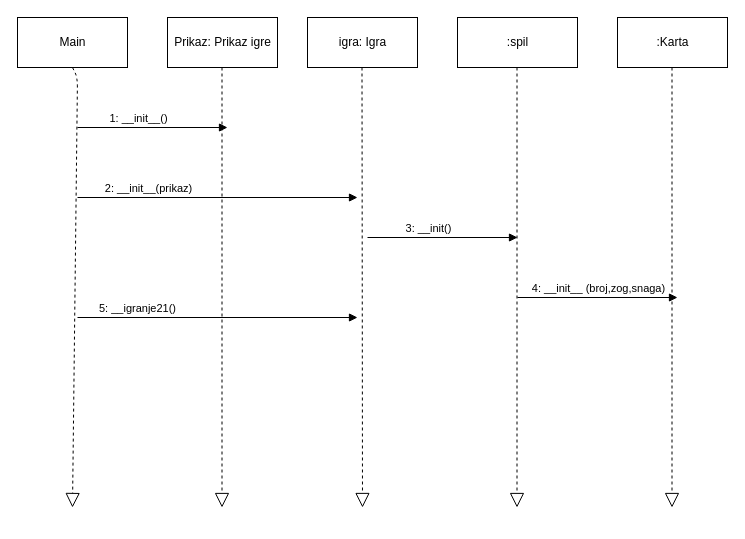
This is page "Dijagram slijeda main" (9 of 13) of Untitled Diagram.drawio from avrkic/21, a draw.io file, before an edit. Source tidied: cells renumbered, new cells numbered last; positions are measured from the earlier drawing's top-left corner, leaving out a move shared by most shapes. Both pictures are drawn from the tidied source at 100%, with x=0, y=0 at pixel (17, 17).
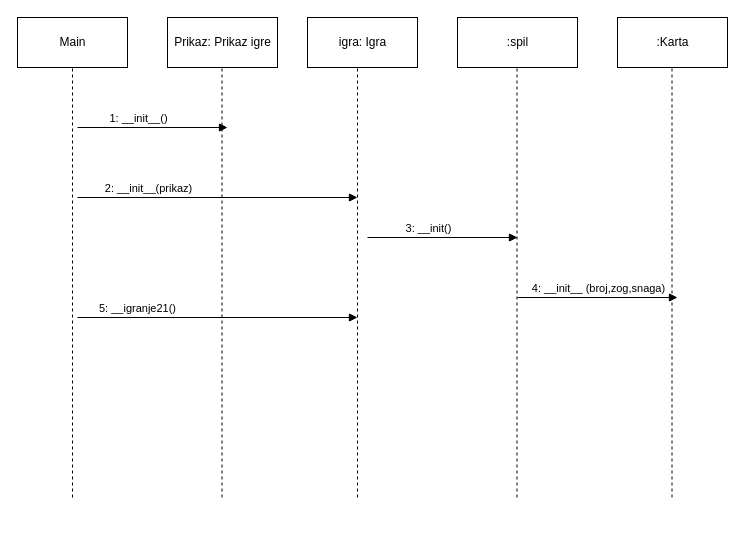
The same page after the edit.

The change refers to these unchanged cells:
```xml
<mxCell id="2" value="Main" style="html=1;" parent="1" vertex="1">
  <mxGeometry width="110" height="50" as="geometry" />
</mxCell>
```

What changed in the source:
```diff
@@
-    <mxCell id="7" style="endArrow=block;dashed=1;endFill=0;endSize=12;html=1;exitX=0.5;exitY=1;exitDx=0;exitDy=0;" parent="1" edge="1" source="2">
-      <mxGeometry relative="1" as="geometry">
-        <mxPoint x="55" y="490" as="targetPoint" />
-        <Array as="points">
-          <mxPoint x="60" y="60" />
-        </Array>
-      </mxGeometry>
-    </mxCell>
-    <mxCell id="8" style="endArrow=block;dashed=1;endFill=0;endSize=12;html=1;exitX=0.5;exitY=1;exitDx=0;exitDy=0;" parent="1" edge="1">
-      <mxGeometry relative="1" as="geometry">
-        <mxPoint x="204.5" y="50" as="sourcePoint" />
-        <mxPoint x="204.5" y="490" as="targetPoint" />
-      </mxGeometry>
-    </mxCell>
-    <mxCell id="9" style="endArrow=block;dashed=1;endFill=0;endSize=12;html=1;exitX=0.5;exitY=1;exitDx=0;exitDy=0;" parent="1" edge="1">
-      <mxGeometry relative="1" as="geometry">
-        <mxPoint x="344.5" y="50" as="sourcePoint" />
-        <mxPoint x="345" y="490" as="targetPoint" />
-      </mxGeometry>
-    </mxCell>
-    <mxCell id="10" style="endArrow=block;dashed=1;endFill=0;endSize=12;html=1;exitX=0.5;exitY=1;exitDx=0;exitDy=0;" parent="1" edge="1">
-      <mxGeometry relative="1" as="geometry">
-        <mxPoint x="499.5" y="50" as="sourcePoint" />
-        <mxPoint x="499.5" y="490" as="targetPoint" />
-      </mxGeometry>
-    </mxCell>
-    <mxCell id="11" style="endArrow=block;dashed=1;endFill=0;endSize=12;html=1;exitX=0.5;exitY=1;exitDx=0;exitDy=0;" parent="1" edge="1">
-      <mxGeometry relative="1" as="geometry">
-        <mxPoint x="654.5" y="50" as="sourcePoint" />
-        <mxPoint x="654.5" y="490" as="targetPoint" />
-      </mxGeometry>
-    </mxCell>
@@
+    <mxCell id="22" style="endArrow=none;dashed=1;html=1;entryX=0.5;entryY=1;entryDx=0;entryDy=0;" parent="1" edge="1" target="2">
+      <mxGeometry relative="1" as="geometry">
+        <mxPoint x="55" y="480" as="sourcePoint" />
+      </mxGeometry>
+    </mxCell>
+    <mxCell id="23" style="endArrow=none;dashed=1;html=1;entryX=0.5;entryY=1;entryDx=0;entryDy=0;" parent="1" edge="1">
+      <mxGeometry relative="1" as="geometry">
+        <mxPoint x="204.5" y="480" as="sourcePoint" />
+        <mxPoint x="204.5" y="50" as="targetPoint" />
+      </mxGeometry>
+    </mxCell>
+    <mxCell id="24" style="endArrow=none;dashed=1;html=1;entryX=0.5;entryY=1;entryDx=0;entryDy=0;" parent="1" edge="1">
+      <mxGeometry relative="1" as="geometry">
+        <mxPoint x="340" y="480" as="sourcePoint" />
+        <mxPoint x="340" y="50" as="targetPoint" />
+      </mxGeometry>
+    </mxCell>
+    <mxCell id="25" style="endArrow=none;dashed=1;html=1;entryX=0.5;entryY=1;entryDx=0;entryDy=0;" parent="1" edge="1">
+      <mxGeometry relative="1" as="geometry">
+        <mxPoint x="499.5" y="480" as="sourcePoint" />
+        <mxPoint x="499.5" y="50" as="targetPoint" />
+      </mxGeometry>
+    </mxCell>
+    <mxCell id="26" style="endArrow=none;dashed=1;html=1;entryX=0.5;entryY=1;entryDx=0;entryDy=0;" parent="1" edge="1">
+      <mxGeometry relative="1" as="geometry">
+        <mxPoint x="654.5" y="480" as="sourcePoint" />
+        <mxPoint x="654.5" y="50" as="targetPoint" />
+      </mxGeometry>
+    </mxCell>
```
